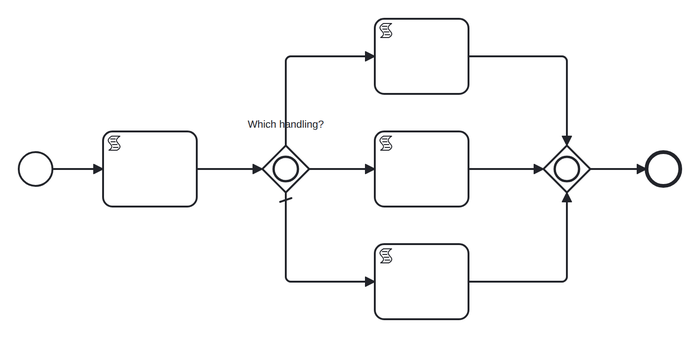
The BPMN diagram conformance/catalog/diagrams/inclusive-gateway.png in pblumer/atlas, before a commit. Its source is kept beside it as conformance/models/inclusive-gateway.bpmn. Ids are renumbered.
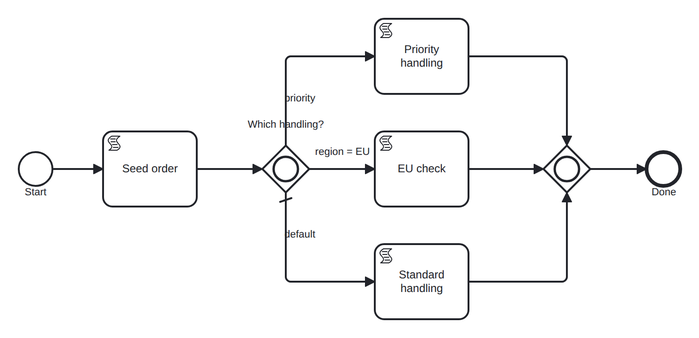
The same file after the commit.

Change to the diagram source:
```diff
@@ -16,39 +16,39 @@
              xmlns:di="http://www.omg.org/spec/DD/20100524/DI"
              id="defs_inclusive_gateway" targetNamespace="http://atlas/conformance">
   <process id="inclusive-gateway" name="Inclusive gateway" isExecutable="true">
-    <startEvent id="start"/>
-    <scriptTask id="seed">
+    <startEvent id="start" name="Start"/>
+    <scriptTask id="seed" name="Seed order">
       <extensionElements>
         <zeebe:script expression="= { priority: true, region: &quot;EU&quot; }" resultVariable="order"/>
       </extensionElements>
     </scriptTask>
     <inclusiveGateway id="split" name="Which handling?" default="f_standard"/>
-    <scriptTask id="priority">
+    <scriptTask id="priority" name="Priority handling">
       <extensionElements>
         <zeebe:script expression="= &quot;done&quot;" resultVariable="prio"/>
       </extensionElements>
     </scriptTask>
-    <scriptTask id="eu_check">
+    <scriptTask id="eu_check" name="EU check">
       <extensionElements>
         <zeebe:script expression="= &quot;done&quot;" resultVariable="eu"/>
       </extensionElements>
     </scriptTask>
-    <scriptTask id="standard">
+    <scriptTask id="standard" name="Standard handling">
       <extensionElements>
         <zeebe:script expression="= &quot;done&quot;" resultVariable="std"/>
       </extensionElements>
     </scriptTask>
     <inclusiveGateway id="join"/>
-    <endEvent id="end"/>
+    <endEvent id="end" name="Done"/>
     <sequenceFlow id="f1" sourceRef="start" targetRef="seed"/>
     <sequenceFlow id="f2" sourceRef="seed" targetRef="split"/>
-    <sequenceFlow id="f_prio" sourceRef="split" targetRef="priority">
+    <sequenceFlow id="f_prio" name="priority" sourceRef="split" targetRef="priority">
       <conditionExpression>= order.priority</conditionExpression>
     </sequenceFlow>
-    <sequenceFlow id="f_eu" sourceRef="split" targetRef="eu_check">
+    <sequenceFlow id="f_eu" name="region = EU" sourceRef="split" targetRef="eu_check">
       <conditionExpression>= order.region = "EU"</conditionExpression>
     </sequenceFlow>
-    <sequenceFlow id="f_standard" sourceRef="split" targetRef="standard"/>
+    <sequenceFlow id="f_standard" name="default" sourceRef="split" targetRef="standard"/>
     <sequenceFlow id="f3" sourceRef="priority" targetRef="join"/>
     <sequenceFlow id="f4" sourceRef="eu_check" targetRef="join"/>
     <sequenceFlow id="f5" sourceRef="standard" targetRef="join"/>
```
